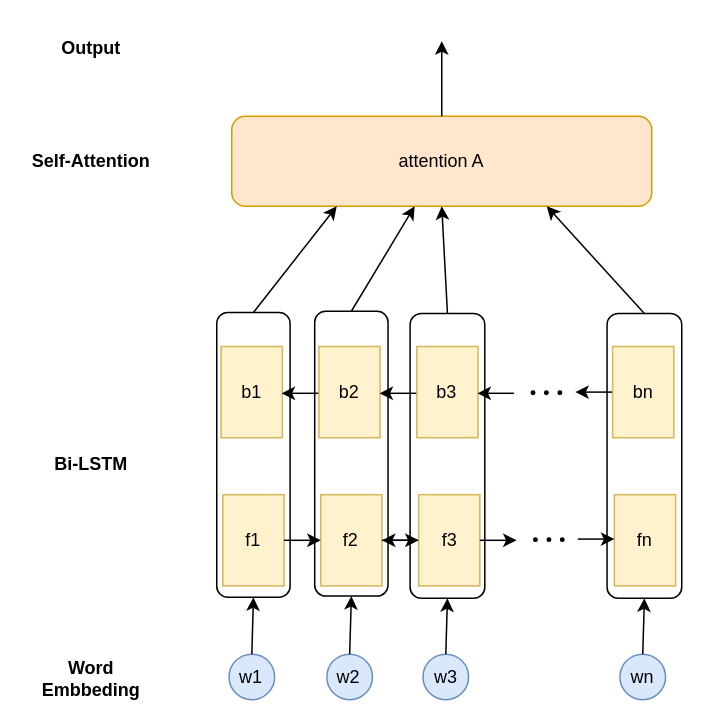
Earlier version of the draw.io diagram LSTM+Attention.drawio (clement-micol/Neural-Network-Architecture-Diagrams). Source tidied: cells renumbered, new cells numbered last; positions are measured from the earlier drawing's top-left corner, leaving out a move shared by most shapes. Both pictures are drawn from the tidied source at 150%, with x=0, y=0 at pixel (26, 26).
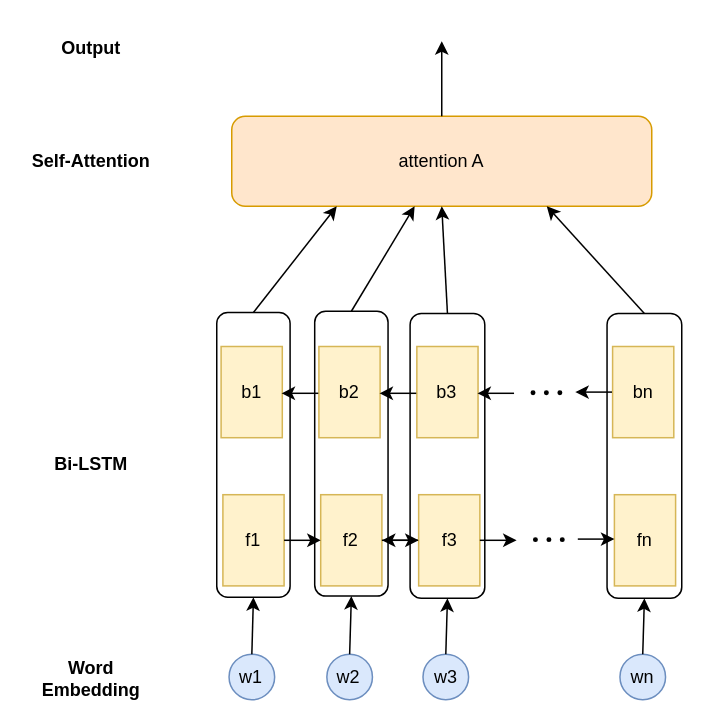
After the change.

Change to the diagram source:
```diff
@@
-    <mxCell id="43" value="&lt;b&gt;Word Embbeding&lt;/b&gt;" style="text;html=1;strokeColor=none;fillColor=none;align=center;verticalAlign=middle;whiteSpace=wrap;rounded=0;" parent="1" vertex="1">
+    <mxCell id="43" value="&lt;b&gt;Word Embedding&lt;/b&gt;" style="text;html=1;strokeColor=none;fillColor=none;align=center;verticalAlign=middle;whiteSpace=wrap;rounded=0;" parent="1" vertex="1">
       <mxGeometry y="420" width="87" height="30" as="geometry" />
     </mxCell>
```
